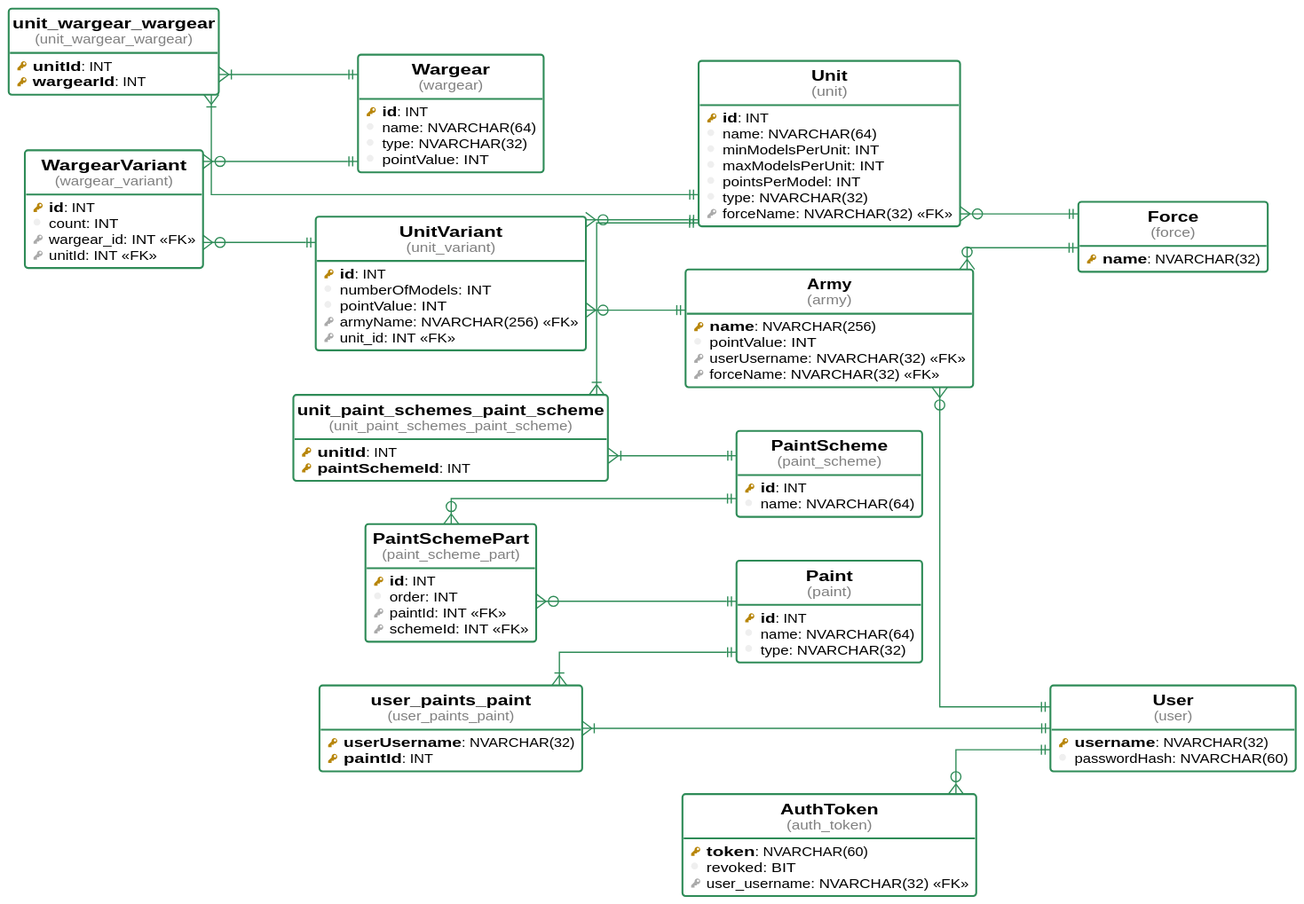
The PlantUML diagram artefacts/uml.svg in k-piekarczyk/apa, before a commit.
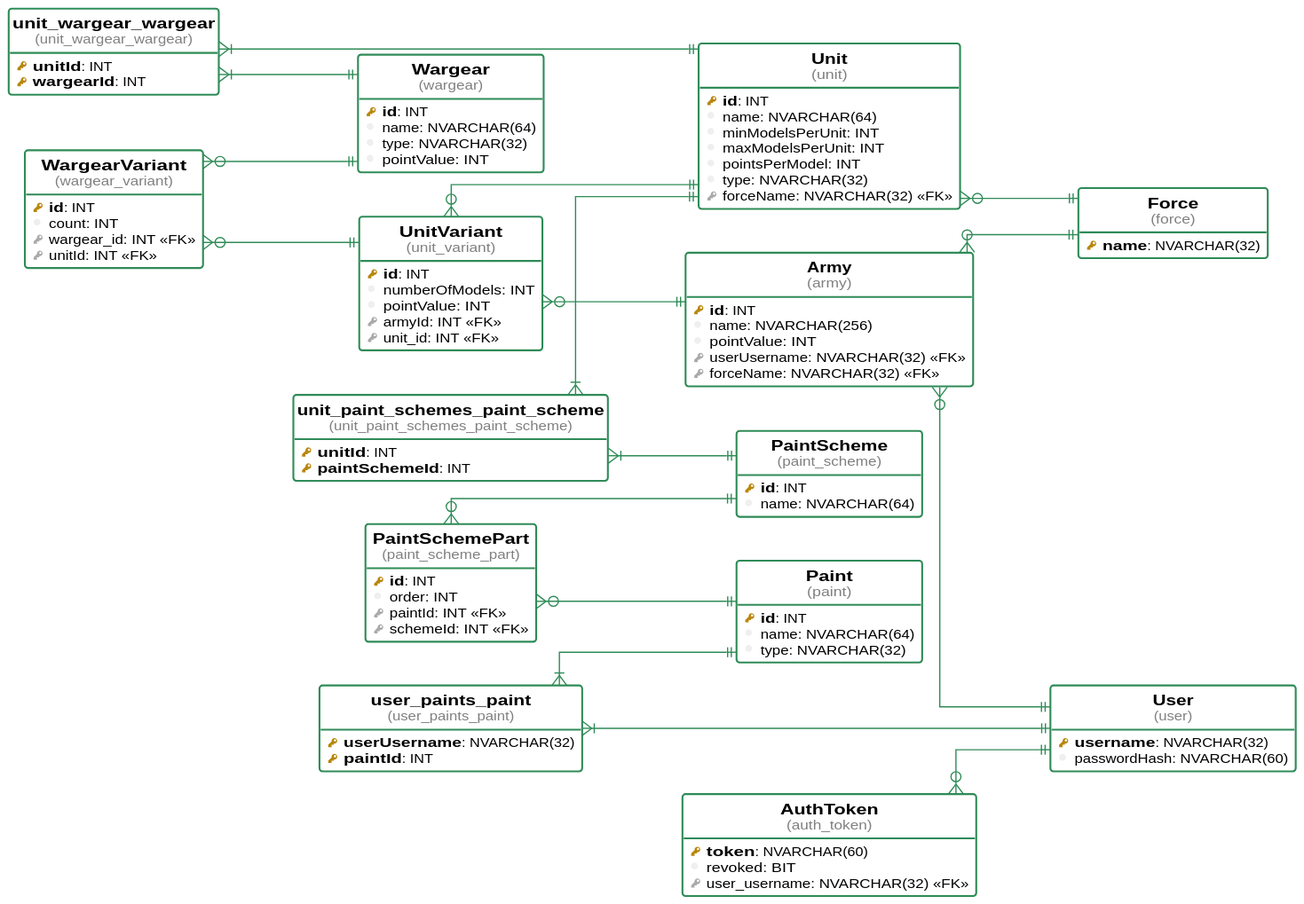
Later version of the same file.

The edit, as a diff of the source:
```diff
@@ -78,12 +78,13 @@
   pkey( id ): INT
   column( numberOfModels ): INT
   column( pointValue ): INT
-  fkey( armyName ): NVARCHAR(256) <<FK>>
+  fkey( armyId ): INT <<FK>>
   fkey( unit_id ): INT <<FK>>
 }
 
 table( Army, army ) as army {
-  pkey( name ): NVARCHAR(256)
+  pkey( id ): INT
+  column( name ): NVARCHAR(256)
   column( pointValue ): INT
   fkey( userUsername ): NVARCHAR(32) <<FK>>
   fkey( forceName ): NVARCHAR(32) <<FK>>
```
